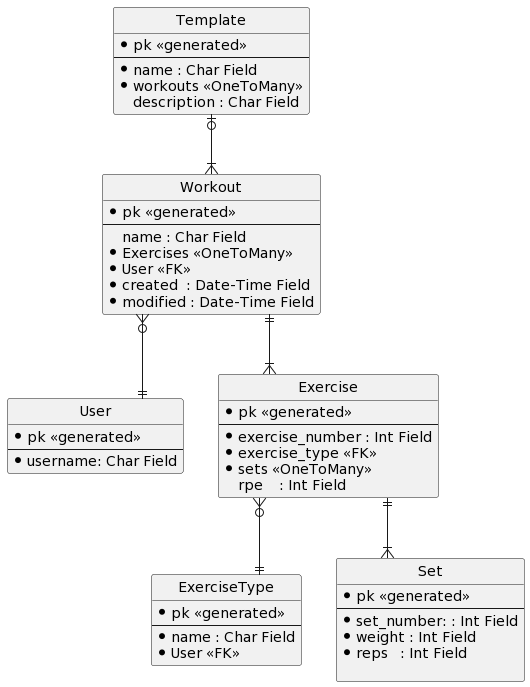
Before: design/er-diagram.png, a diagram exported from PlantUML (Tharindu-h/workout_tracker).
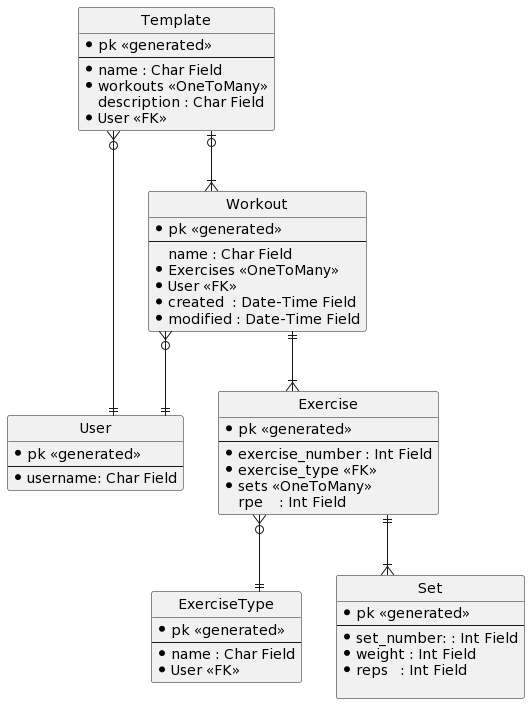
After the commit.

Commit message:
Add ForeignKey field to User model in Template model

Change to the diagram source:
```diff
@@ -50,6 +50,7 @@
    * name : Char Field
    * workouts <<OneToMany>>
      description : Char Field
+   * User <<FK>>
 }
 
 Workout }o--|| User
@@ -57,4 +58,5 @@
 Exercise }o--|| ExerciseType
 Exercise ||--|{ Set
 Template |o--|{ Workout
+Template }o--|| User
 @enduml
```
